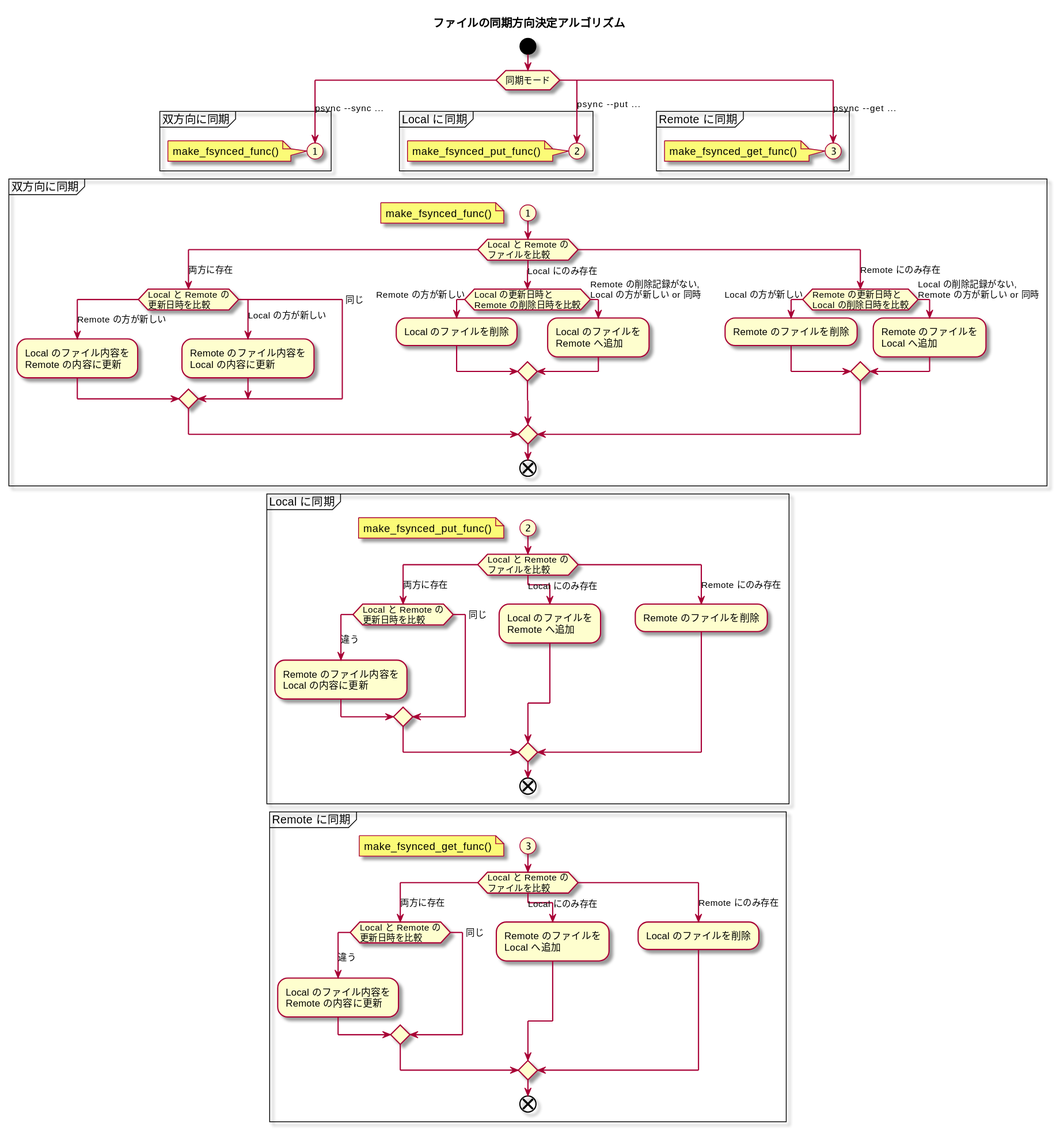
kobayasy/pSync keeps this PlantUML diagram as doc/psyncMode.svg. Above is the earlier version. The source it was exported from:
```plantuml
@startuml
skin rose
title ファイルの同期方向決定アルゴリズム

start
switch (同期モード)
case (psync --sync ...)
partition "双方向に同期" {
  (1)
  note: make_fsynced_func()
  detach
}
case (psync --put ...)
partition "Local に同期" {
  (2)
  note: make_fsynced_put_func()
  detach
}
case (psync --get ...)
partition "Remote に同期" {
  (3)
  note: make_fsynced_get_func()
  detach
}
endswitch

partition "双方向に同期" {
(1)
floating note: make_fsynced_func()
  switch (Local と Remote の\nファイルを比較)
  case (両方に存在)
    switch (Local と Remote の\n更新日時を比較)
    case (Remote の方が新しい)
      :Local のファイル内容を\nRemote の内容に更新;
    case (Local の方が新しい)
      :Remote のファイル内容を\nLocal の内容に更新;
    case (同じ)
    endswitch
  case (Local にのみ存在)
    if (Local の更新日時と\nRemote の削除日時を比較) then (Remote の方が新しい)
      :Local のファイルを削除;
    else (Remote の削除記録がない,\nLocal の方が新しい or 同時)
      :Local のファイルを\nRemote へ追加;
    endif
  case (Remote にのみ存在)
    if (Remote の更新日時と\nLocal の削除日時を比較) then (Local の方が新しい)
      :Remote のファイルを削除;
    else (Local の削除記録がない,\nRemote の方が新しい or 同時)
      :Remote のファイルを\nLocal へ追加;
    endif
  endswitch
end
}

partition "Local に同期" {
(2)
floating note: make_fsynced_put_func()
  switch (Local と Remote の\nファイルを比較)
  case (両方に存在)
    switch (Local と Remote の\n更新日時を比較)
    case (違う)
      :Remote のファイル内容を\nLocal の内容に更新;
    case (同じ)
    endswitch
  case (Local にのみ存在)
    :Local のファイルを\nRemote へ追加;
  case (Remote にのみ存在)
    :Remote のファイルを削除;
  endswitch
end
}

partition "Remote に同期" {
(3)
floating note: make_fsynced_get_func()
  switch (Local と Remote の\nファイルを比較)
  case (両方に存在)
    switch (Local と Remote の\n更新日時を比較)
    case (違う)
      :Local のファイル内容を\nRemote の内容に更新;
    case (同じ)
    endswitch
  case (Local にのみ存在)
    :Remote のファイルを\nLocal へ追加;
  case (Remote にのみ存在)
    :Local のファイルを削除;
  endswitch
end
}
@enduml
```
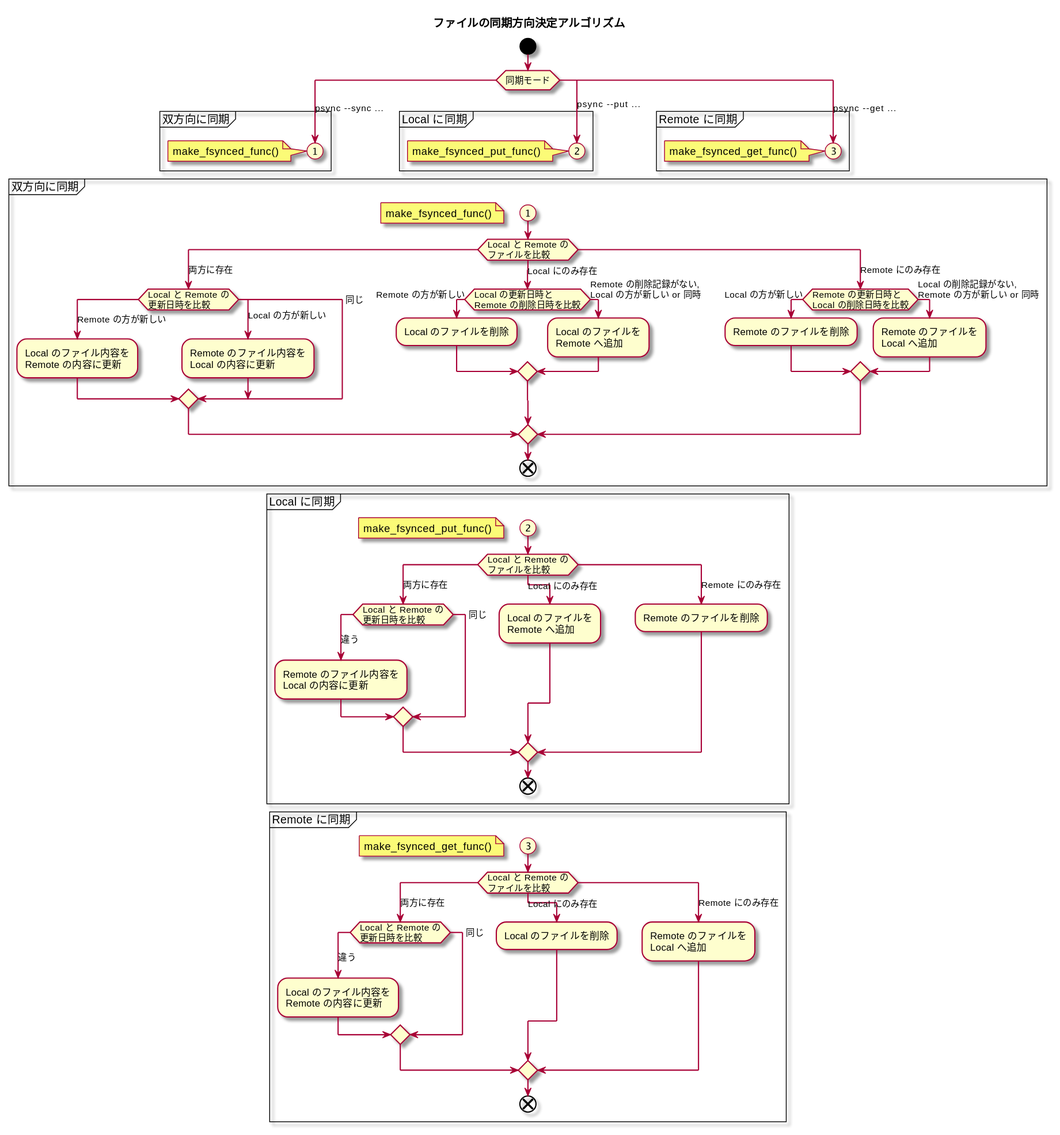
After the change.

Commit message:
誤記を修正。

What changed in the source:
```diff
@@ -81,9 +81,9 @@
     case (同じ)
     endswitch
   case (Local にのみ存在)
+    :Local のファイルを削除;
+  case (Remote にのみ存在)
     :Remote のファイルを\nLocal へ追加;
-  case (Remote にのみ存在)
-    :Local のファイルを削除;
   endswitch
 end
 }
```
